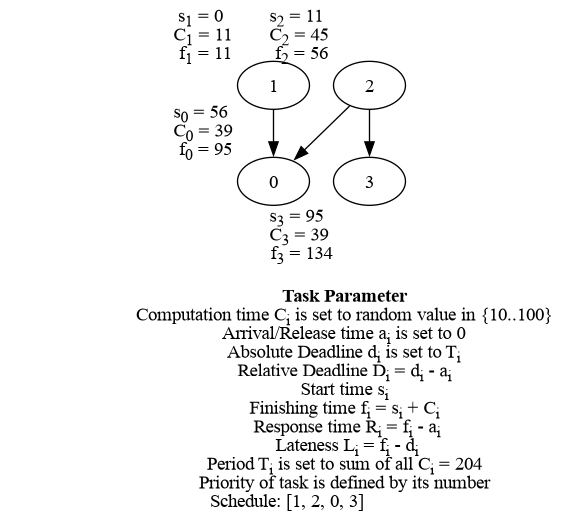
This is task_graphs/Beispiel/graph1.png from anja-graf/dag-task-graphs, a Graphviz export, as it was before one commit. Its source is kept beside it as task_graphs/Beispiel/graph1.dot.
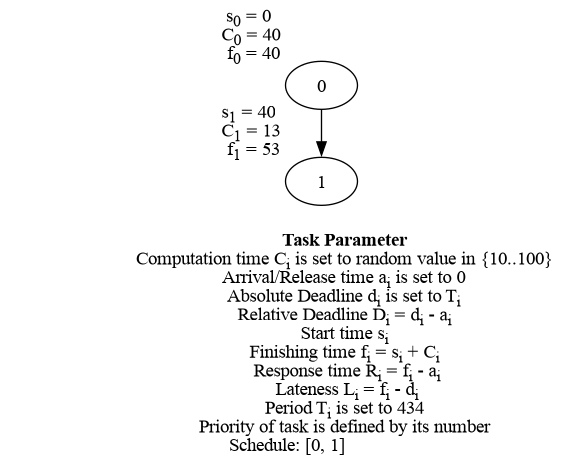
Above is the later version.

Diff of the diagram source:
```diff
@@ -9,15 +9,11 @@
                         Finishing time f<sub>i</sub> = s<sub>i</sub> + C<sub>i</sub> <br/>
                         Response time R<sub>i</sub> = f<sub>i</sub> - a<sub>i</sub><br/>
                         Lateness L<sub>i</sub> = f<sub>i</sub> - d<sub>i</sub> <br/>
-                        Period T<sub>i</sub> is set to sum of all C<sub>i</sub> = 204 <br/>
+                        Period T<sub>i</sub> is set to 434 <br/>
                         Priority of task is defined by its number <br/>
-                        Schedule: [1, 2, 0, 3]
+                        Schedule: [0, 1]
                         >
-	0 [label="0",xlabel=<s<sub>0</sub> = 56 <br/> C<sub>0</sub> = 39 <br/> f<sub>0</sub> = 95>];
-	1 [label="1",xlabel=<s<sub>1</sub> = 0 <br/> C<sub>1</sub> = 11 <br/> f<sub>1</sub> = 11>];
-	2 [label="2",xlabel=<s<sub>2</sub> = 11 <br/> C<sub>2</sub> = 45 <br/> f<sub>2</sub> = 56>];
-	3 [label="3",xlabel=<s<sub>3</sub> = 95 <br/> C<sub>3</sub> = 39 <br/> f<sub>3</sub> = 134>];
-	2 -> 0;
-	2 -> 3;
-	1 -> 0;
+	0 [label="0",xlabel=<s<sub>0</sub> = 0 <br/> C<sub>0</sub> = 40 <br/> f<sub>0</sub> = 40>];
+	1 [label="1",xlabel=<s<sub>1</sub> = 40 <br/> C<sub>1</sub> = 13 <br/> f<sub>1</sub> = 53>];
+	0 -> 1;
 }
```
